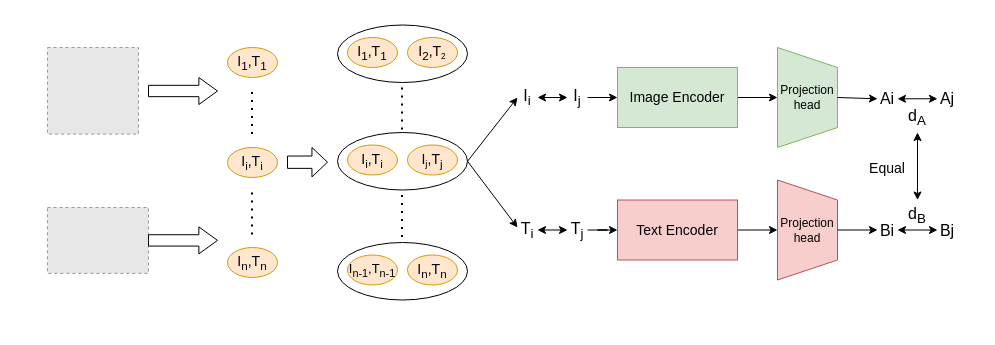
Above: new_method_for_stan2.drawio in cauchy-max/my-room (draw.io), before the change. Source tidied: cells renumbered, new cells numbered last; positions are measured from the earlier drawing's top-left corner, leaving out a move shared by most shapes. Both pictures are drawn from the tidied source at 100%, with x=0, y=0 at pixel (47, 25). Pictures stored in the file or linked from it are replaced by grey dashed boxes.
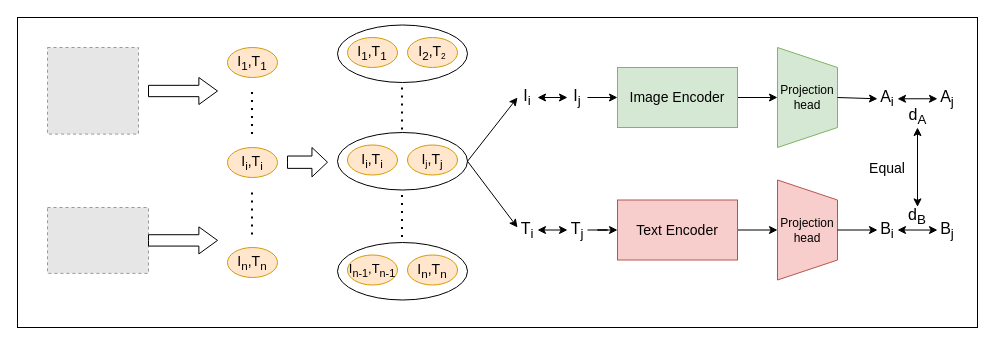
The same diagram, later.

What changed in the source:
```diff
@@
+    <mxCell id="51" style="rounded=0;whiteSpace=wrap;html=1;" parent="1" vertex="1">
+      <mxGeometry x="-30" y="-8" width="960" height="310" as="geometry" />
+    </mxCell>
@@
-    <mxCell id="39" value="&lt;font style=&quot;font-size: 16px;&quot;&gt;Ai&lt;/font&gt;" style="text;html=1;strokeColor=none;fillColor=none;align=center;verticalAlign=middle;whiteSpace=wrap;rounded=0;" parent="1" vertex="1">
+    <mxCell id="39" value="&lt;font style=&quot;font-size: 16px;&quot;&gt;A&lt;sub&gt;i&lt;/sub&gt;&lt;/font&gt;" style="text;html=1;strokeColor=none;fillColor=none;align=center;verticalAlign=middle;whiteSpace=wrap;rounded=0;" parent="1" vertex="1">
       <mxGeometry x="830" y="60.8" width="20" height="25" as="geometry" />
     </mxCell>
-    <mxCell id="40" value="&lt;font style=&quot;font-size: 16px;&quot;&gt;Aj&lt;/font&gt;" style="text;html=1;strokeColor=none;fillColor=none;align=center;verticalAlign=middle;whiteSpace=wrap;rounded=0;" parent="1" vertex="1">
+    <mxCell id="40" value="&lt;font style=&quot;font-size: 16px;&quot;&gt;A&lt;sub&gt;j&lt;/sub&gt;&lt;/font&gt;" style="text;html=1;strokeColor=none;fillColor=none;align=center;verticalAlign=middle;whiteSpace=wrap;rounded=0;" parent="1" vertex="1">
       <mxGeometry x="890" y="59.5" width="20" height="27.5" as="geometry" />
     </mxCell>
-    <mxCell id="41" value="&lt;font style=&quot;font-size: 16px;&quot;&gt;Bi&lt;/font&gt;" style="text;html=1;strokeColor=none;fillColor=none;align=center;verticalAlign=middle;whiteSpace=wrap;rounded=0;" parent="1" vertex="1">
+    <mxCell id="41" value="&lt;font style=&quot;font-size: 16px;&quot;&gt;B&lt;sub&gt;i&lt;/sub&gt;&lt;/font&gt;" style="text;html=1;strokeColor=none;fillColor=none;align=center;verticalAlign=middle;whiteSpace=wrap;rounded=0;" parent="1" vertex="1">
       <mxGeometry x="830" y="192" width="20" height="25" as="geometry" />
     </mxCell>
-    <mxCell id="42" value="&lt;font style=&quot;font-size: 16px;&quot;&gt;Bj&lt;/font&gt;" style="text;html=1;strokeColor=none;fillColor=none;align=center;verticalAlign=middle;whiteSpace=wrap;rounded=0;" parent="1" vertex="1">
+    <mxCell id="42" value="&lt;font style=&quot;font-size: 16px;&quot;&gt;B&lt;sub&gt;j&lt;/sub&gt;&lt;/font&gt;" style="text;html=1;strokeColor=none;fillColor=none;align=center;verticalAlign=middle;whiteSpace=wrap;rounded=0;" parent="1" vertex="1">
       <mxGeometry x="890" y="190.8" width="20" height="27.5" as="geometry" />
     </mxCell>
@@
     <mxCell id="47" value="&lt;font style=&quot;font-size: 16px;&quot;&gt;d&lt;sub&gt;A&lt;/sub&gt;&lt;/font&gt;" style="text;html=1;strokeColor=none;fillColor=none;align=center;verticalAlign=middle;whiteSpace=wrap;rounded=0;" parent="1" vertex="1">
-      <mxGeometry x="840" y="77" width="60" height="30" as="geometry" />
+      <mxGeometry x="852.5" y="79" width="35" height="23" as="geometry" />
     </mxCell>
     <mxCell id="48" value="&lt;span style=&quot;font-size: 16px;&quot;&gt;d&lt;sub&gt;B&lt;/sub&gt;&lt;/span&gt;" style="text;html=1;strokeColor=none;fillColor=none;align=center;verticalAlign=middle;whiteSpace=wrap;rounded=0;" parent="1" vertex="1">
-      <mxGeometry x="840" y="174.5" width="60" height="30" as="geometry" />
+      <mxGeometry x="850" y="181.4" width="40" height="20" as="geometry" />
     </mxCell>
```
